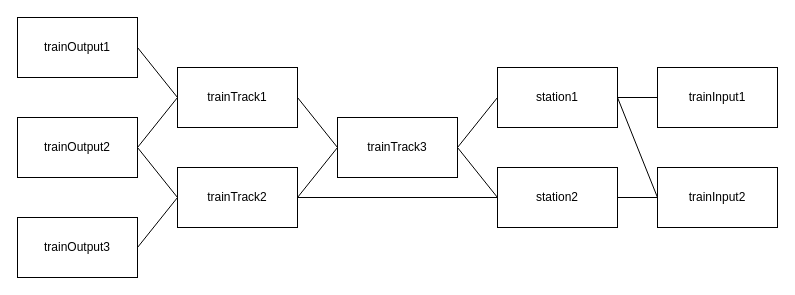
mowinckel107/APKTogstation keeps this draw.io diagram as Diagram/TrainTrackSetup.drawio. Above is the earlier version. Source tidied: cells renumbered, new cells numbered last; positions are measured from the earlier drawing's top-left corner, leaving out a move shared by most shapes. Both pictures are drawn from the tidied source at 100%, with x=0, y=0 at pixel (17, 17).
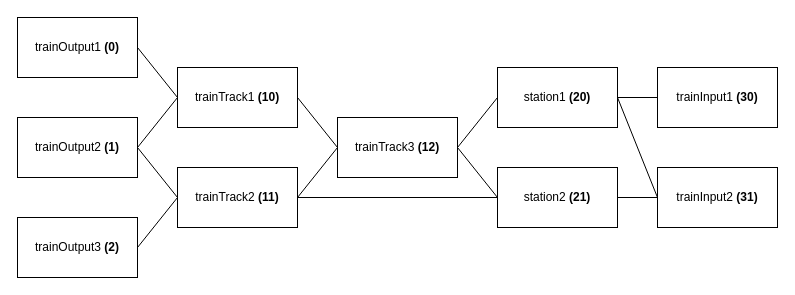
The same page after the edit.

Commit message (it also covers changes not shown here):
Fixed an error where some TrainTrack ID's were set up wrong in setup.cpp. Also updated the diagram of TrainTracks and their ID's

What changed in the source:
```diff
@@
-    <mxCell id="2" value="trainInput1" style="rounded=0;whiteSpace=wrap;html=1;" parent="1" vertex="1">
+    <mxCell id="2" value="trainInput1 &lt;b&gt;(30)&lt;/b&gt;" style="rounded=0;whiteSpace=wrap;html=1;" parent="1" vertex="1">
       <mxGeometry x="640" y="50" width="120" height="60" as="geometry" />
     </mxCell>
-    <mxCell id="3" value="&lt;span&gt;trainInput2&lt;/span&gt;" style="rounded=0;whiteSpace=wrap;html=1;" parent="1" vertex="1">
+    <mxCell id="3" value="trainInput2 &lt;b&gt;(31)&lt;/b&gt;" style="rounded=0;whiteSpace=wrap;html=1;" parent="1" vertex="1">
       <mxGeometry x="640" y="150" width="120" height="60" as="geometry" />
     </mxCell>
-    <mxCell id="4" value="station1" style="rounded=0;whiteSpace=wrap;html=1;" parent="1" vertex="1">
+    <mxCell id="4" value="station1 &lt;b&gt;(20)&lt;/b&gt;" style="rounded=0;whiteSpace=wrap;html=1;" parent="1" vertex="1">
       <mxGeometry x="480" y="50" width="120" height="60" as="geometry" />
     </mxCell>
-    <mxCell id="5" value="&lt;span&gt;station2&lt;/span&gt;" style="rounded=0;whiteSpace=wrap;html=1;" parent="1" vertex="1">
+    <mxCell id="5" value="station2 &lt;b&gt;(21)&lt;/b&gt;" style="rounded=0;whiteSpace=wrap;html=1;" parent="1" vertex="1">
       <mxGeometry x="480" y="150" width="120" height="60" as="geometry" />
     </mxCell>
-    <mxCell id="6" value="&lt;span&gt;trainOutput1&lt;/span&gt;" style="rounded=0;whiteSpace=wrap;html=1;" parent="1" vertex="1">
+    <mxCell id="6" value="trainOutput1 &lt;b&gt;(0)&lt;/b&gt;" style="rounded=0;whiteSpace=wrap;html=1;" parent="1" vertex="1">
       <mxGeometry width="120" height="60" as="geometry" />
     </mxCell>
-    <mxCell id="7" value="&lt;span&gt;trainOutput2&lt;/span&gt;" style="rounded=0;whiteSpace=wrap;html=1;" parent="1" vertex="1">
+    <mxCell id="7" value="trainOutput2 &lt;b&gt;(1)&lt;/b&gt;" style="rounded=0;whiteSpace=wrap;html=1;" parent="1" vertex="1">
       <mxGeometry y="100" width="120" height="60" as="geometry" />
     </mxCell>
-    <mxCell id="8" value="trainOutput3" style="rounded=0;whiteSpace=wrap;html=1;" parent="1" vertex="1">
+    <mxCell id="8" value="trainOutput3 &lt;b&gt;(2)&lt;/b&gt;" style="rounded=0;whiteSpace=wrap;html=1;" parent="1" vertex="1">
       <mxGeometry y="200" width="120" height="60" as="geometry" />
     </mxCell>
@@
-    <mxCell id="12" value="&lt;span&gt;trainTrack3&lt;/span&gt;" style="rounded=0;whiteSpace=wrap;html=1;" parent="1" vertex="1">
+    <mxCell id="12" value="trainTrack3 &lt;b&gt;(12)&lt;/b&gt;" style="rounded=0;whiteSpace=wrap;html=1;" parent="1" vertex="1">
       <mxGeometry x="320" y="100" width="120" height="60" as="geometry" />
     </mxCell>
-    <mxCell id="13" value="&lt;span&gt;trainTrack2&lt;/span&gt;" style="rounded=0;whiteSpace=wrap;html=1;" parent="1" vertex="1">
+    <mxCell id="13" value="trainTrack2 &lt;b&gt;(11)&lt;/b&gt;" style="rounded=0;whiteSpace=wrap;html=1;" parent="1" vertex="1">
       <mxGeometry x="160" y="150" width="120" height="60" as="geometry" />
     </mxCell>
-    <mxCell id="14" value="trainTrack1" style="rounded=0;whiteSpace=wrap;html=1;" parent="1" vertex="1">
+    <mxCell id="14" value="trainTrack1 &lt;b&gt;(10)&lt;/b&gt;" style="rounded=0;whiteSpace=wrap;html=1;" parent="1" vertex="1">
       <mxGeometry x="160" y="50" width="120" height="60" as="geometry" />
     </mxCell>
```
